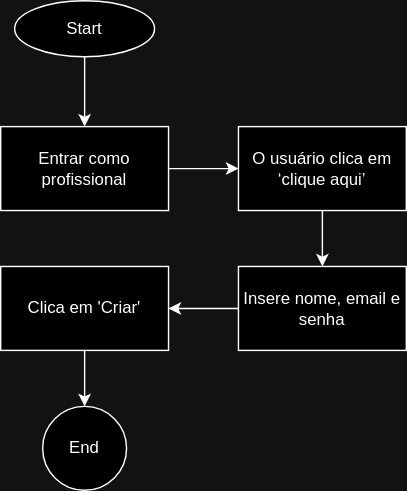
The draw.io diagram docs/img/CT02.svg in ICEI-PUC-Minas-PMV-SI/pmv-si-2023-2-pe1-t2-senectus, before a commit. Source tidied: cells renumbered, new cells last; positions are measured from the earlier drawing's top-left corner, leaving out a move shared by most shapes.
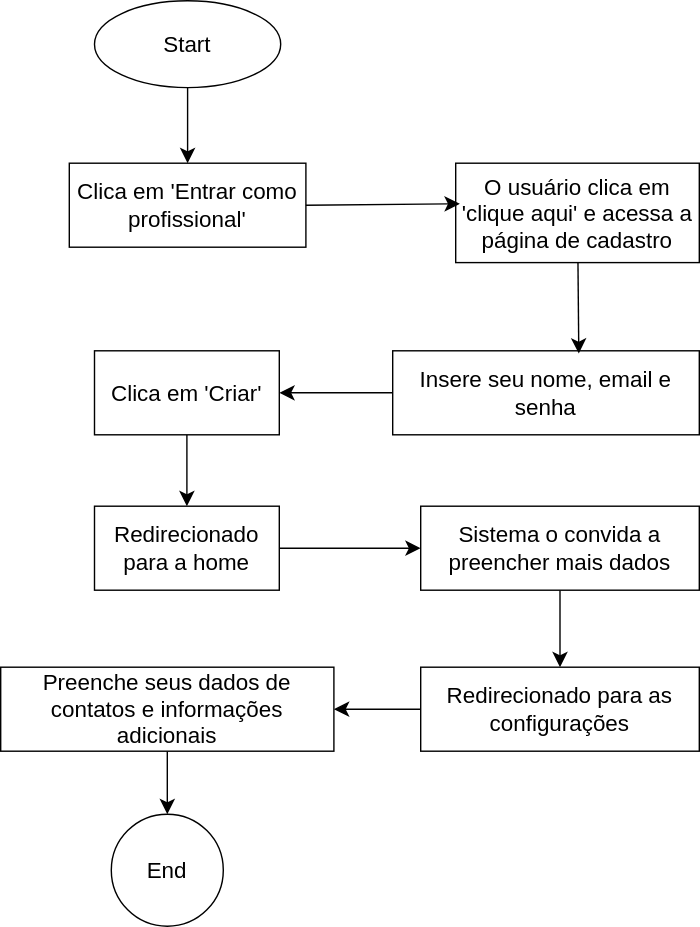
Above is the later version.

Change to the diagram source:
```diff
@@ -2,38 +2,62 @@
   <root>
     <mxCell id="0" />
     <mxCell id="1" parent="0" />
-    <mxCell id="2" style="edgeStyle=orthogonalEdgeStyle;rounded=0;jettySize=auto;html=1;exitX=0.5;exitY=1;exitDx=0;exitDy=0;entryX=0.5;entryY=0;entryDx=0;entryDy=0;" parent="1" edge="1" source="3" target="9">
-      <mxGeometry relative="1" as="geometry" />
-    </mxCell>
+    <mxCell id="13" style="edgeStyle=none;curved=1;rounded=0;jettySize=auto;html=1;exitX=0.5;exitY=1;exitDx=0;exitDy=0;fontSize=12;startSize=8;endSize=8;" parent="1" edge="1" source="3" target="14">
+      <mxGeometry relative="1" as="geometry" />
+    </mxCell>
-    <mxCell id="3" value="Start" style="ellipse;whiteSpace=wrap;html=1;" parent="1" vertex="1">
-      <mxGeometry x="10" width="100" height="40" as="geometry" />
+    <mxCell id="3" value="Start" style="ellipse;whiteSpace=wrap;html=1;fontSize=16;" parent="1" vertex="1">
+      <mxGeometry x="-275" y="-139" width="133" height="62" as="geometry" />
     </mxCell>
-    <mxCell id="4" style="edgeStyle=orthogonalEdgeStyle;rounded=0;jettySize=auto;html=1;exitX=0;exitY=0.5;exitDx=0;exitDy=0;entryX=1;entryY=0.5;entryDx=0;entryDy=0;" parent="1" edge="1" source="5" target="11">
-      <mxGeometry relative="1" as="geometry" />
-    </mxCell>
-    <mxCell id="5" value="Insere nome, email e senha" style="rounded=0;whiteSpace=wrap;html=1;" parent="1" vertex="1">
-      <mxGeometry x="170" y="190" width="120" height="60" as="geometry" />
-    </mxCell>
-    <mxCell id="6" style="edgeStyle=orthogonalEdgeStyle;rounded=0;jettySize=auto;html=1;exitX=0.5;exitY=1;exitDx=0;exitDy=0;entryX=0.5;entryY=0;entryDx=0;entryDy=0;" parent="1" edge="1" source="7" target="5">
-      <mxGeometry relative="1" as="geometry" />
-    </mxCell>
-    <mxCell id="7" value="O usuário clica em ‘clique aqui’" style="rounded=0;whiteSpace=wrap;html=1;" parent="1" vertex="1">
-      <mxGeometry x="170" y="90" width="120" height="60" as="geometry" />
-    </mxCell>
-    <mxCell id="8" style="edgeStyle=orthogonalEdgeStyle;rounded=0;jettySize=auto;html=1;exitX=1;exitY=0.5;exitDx=0;exitDy=0;entryX=0;entryY=0.5;entryDx=0;entryDy=0;" parent="1" edge="1" source="9" target="7">
-      <mxGeometry relative="1" as="geometry" />
-    </mxCell>
-    <mxCell id="9" value="Entrar comoprofissional" style="rounded=0;whiteSpace=wrap;html=1;" parent="1" vertex="1">
-      <mxGeometry y="90" width="120" height="60" as="geometry" />
-    </mxCell>
-    <mxCell id="10" style="edgeStyle=orthogonalEdgeStyle;rounded=0;jettySize=auto;html=1;exitX=0.5;exitY=1;exitDx=0;exitDy=0;entryX=0.5;entryY=0;entryDx=0;entryDy=0;" parent="1" edge="1" source="11" target="12">
-      <mxGeometry relative="1" as="geometry" />
-    </mxCell>
+    <mxCell id="14" value="Clica em 'Entrar como profissional'" style="rounded=0;whiteSpace=wrap;html=1;fontSize=16;" parent="1" vertex="1">
+      <mxGeometry x="-293" y="-23" width="169" height="60" as="geometry" />
+    </mxCell>
+    <mxCell id="15" value="O usuário clica em 'clique aqui' e acessa a página de cadastro" style="rounded=0;whiteSpace=wrap;html=1;fontSize=16;" parent="1" vertex="1">
+      <mxGeometry x="-17" y="-23" width="174" height="71" as="geometry" />
+    </mxCell>
+    <mxCell id="16" style="edgeStyle=none;curved=1;rounded=0;jettySize=auto;html=1;entryX=1;entryY=0.5;entryDx=0;entryDy=0;fontSize=12;startSize=8;endSize=8;" parent="1" edge="1" source="17" target="11">
+      <mxGeometry relative="1" as="geometry" />
+    </mxCell>
+    <mxCell id="17" value="Insere seu nome, email e senha" style="rounded=0;whiteSpace=wrap;html=1;fontSize=16;" parent="1" vertex="1">
+      <mxGeometry x="-62" y="111" width="219" height="60" as="geometry" />
+    </mxCell>
+    <mxCell id="18" style="edgeStyle=none;curved=1;rounded=0;jettySize=auto;html=1;entryX=0.5;entryY=0;entryDx=0;entryDy=0;fontSize=12;startSize=8;endSize=8;" parent="1" edge="1" source="11" target="20">
+      <mxGeometry relative="1" as="geometry" />
+    </mxCell>
-    <mxCell id="11" value="Clica em 'Criar'" style="rounded=0;whiteSpace=wrap;html=1;" parent="1" vertex="1">
-      <mxGeometry y="190" width="120" height="60" as="geometry" />
+    <mxCell id="11" value="Clica em 'Criar'" style="rounded=0;whiteSpace=wrap;html=1;fontSize=16;" parent="1" vertex="1">
+      <mxGeometry x="-275" y="111" width="132" height="60" as="geometry" />
     </mxCell>
+    <mxCell id="19" style="edgeStyle=none;curved=1;rounded=0;jettySize=auto;html=1;entryX=0;entryY=0.5;entryDx=0;entryDy=0;fontSize=12;startSize=8;endSize=8;" parent="1" edge="1" source="20" target="22">
+      <mxGeometry relative="1" as="geometry" />
+    </mxCell>
+    <mxCell id="20" value="Redirecionado para a home" style="rounded=0;whiteSpace=wrap;html=1;fontSize=16;" parent="1" vertex="1">
+      <mxGeometry x="-275" y="222" width="132" height="60" as="geometry" />
+    </mxCell>
+    <mxCell id="21" style="edgeStyle=none;curved=1;rounded=0;jettySize=auto;html=1;exitX=0.5;exitY=1;exitDx=0;exitDy=0;entryX=0.5;entryY=0;entryDx=0;entryDy=0;fontSize=12;startSize=8;endSize=8;" parent="1" edge="1" source="22" target="26">
+      <mxGeometry relative="1" as="geometry" />
+    </mxCell>
+    <mxCell id="22" value="Sistema o convida a preencher mais dados" style="rounded=0;whiteSpace=wrap;html=1;fontSize=16;" parent="1" vertex="1">
+      <mxGeometry x="-42" y="222" width="199" height="60" as="geometry" />
+    </mxCell>
+    <mxCell id="23" style="edgeStyle=none;curved=1;rounded=0;jettySize=auto;html=1;exitX=1;exitY=0.5;exitDx=0;exitDy=0;entryX=0.017;entryY=0.408;entryDx=0;entryDy=0;entryPerimeter=0;fontSize=12;startSize=8;endSize=8;" parent="1" edge="1" source="14" target="15">
+      <mxGeometry relative="1" as="geometry" />
+    </mxCell>
+    <mxCell id="24" style="edgeStyle=none;curved=1;rounded=0;jettySize=auto;html=1;entryX=0.607;entryY=0.033;entryDx=0;entryDy=0;entryPerimeter=0;fontSize=12;startSize=8;endSize=8;" parent="1" edge="1" source="15" target="17">
+      <mxGeometry relative="1" as="geometry" />
+    </mxCell>
+    <mxCell id="25" style="edgeStyle=none;curved=1;rounded=0;jettySize=auto;html=1;entryX=1;entryY=0.5;entryDx=0;entryDy=0;fontSize=12;startSize=8;endSize=8;" parent="1" edge="1" source="26" target="28">
+      <mxGeometry relative="1" as="geometry" />
+    </mxCell>
+    <mxCell id="26" value="Redirecionado para as configurações" style="rounded=0;whiteSpace=wrap;html=1;fontSize=16;" parent="1" vertex="1">
+      <mxGeometry x="-42" y="337" width="199" height="60" as="geometry" />
+    </mxCell>
+    <mxCell id="27" style="edgeStyle=none;curved=1;rounded=0;jettySize=auto;html=1;fontSize=12;startSize=8;endSize=8;" parent="1" edge="1" source="28" target="12">
+      <mxGeometry relative="1" as="geometry" />
+    </mxCell>
+    <mxCell id="28" value="Preenche seus dados de contatos e informações adicionais" style="rounded=0;whiteSpace=wrap;html=1;fontSize=16;" parent="1" vertex="1">
+      <mxGeometry x="-342" y="337" width="238" height="60" as="geometry" />
+    </mxCell>
-    <mxCell id="12" value="End" style="ellipse;whiteSpace=wrap;html=1;" parent="1" vertex="1">
-      <mxGeometry x="30" y="290" width="60" height="60" as="geometry" />
+    <mxCell id="12" value="End" style="ellipse;whiteSpace=wrap;html=1;fontSize=16;" parent="1" vertex="1">
+      <mxGeometry x="-263" y="442" width="80" height="80" as="geometry" />
     </mxCell>
   </root>
 </mxGraphModel>
```
